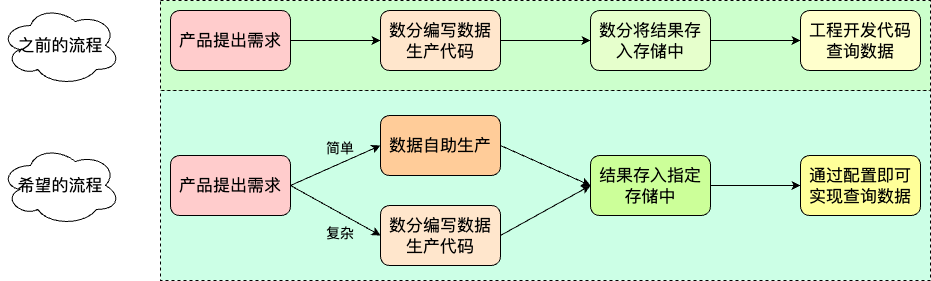
liujunao/draw-data keeps this draw.io diagram as work-draw-file/标签数据模块架构.png. Above is the earlier version. Source tidied: cells renumbered, new cells last; positions are measured from the earlier drawing's top-left corner, leaving out a move shared by most shapes.
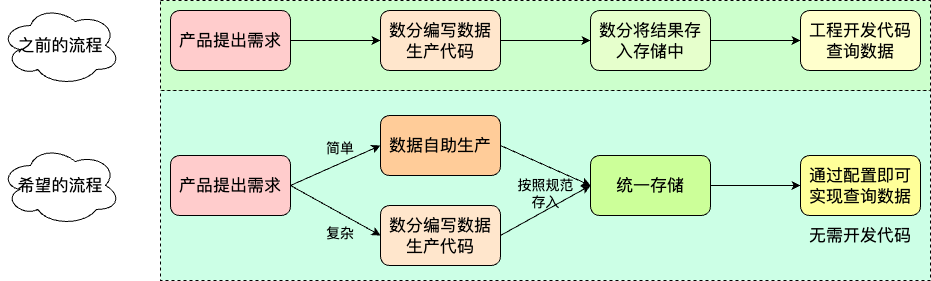
After the change.

Commit message:
更新标签数据模块架构.png

Diff of the diagram source:
```diff
@@ -53,7 +53,7 @@
     <mxCell id="18" style="edgeStyle=orthogonalEdgeStyle;rounded=0;jettySize=auto;html=1;exitX=1;exitY=0.5;exitDx=0;exitDy=0;" parent="1" edge="1" source="19" target="20">
       <mxGeometry relative="1" as="geometry" />
     </mxCell>
-    <mxCell id="19" value="&lt;font size=&quot;3&quot;&gt;结果存入指定存储中&lt;/font&gt;" style="rounded=1;whiteSpace=wrap;html=1;fillColor=#CCFF99;" parent="1" vertex="1">
+    <mxCell id="19" value="&lt;font size=&quot;3&quot;&gt;统一存储&lt;/font&gt;" style="rounded=1;whiteSpace=wrap;html=1;fillColor=#CCFF99;" parent="1" vertex="1">
       <mxGeometry x="590" y="155" width="120" height="60" as="geometry" />
     </mxCell>
     <mxCell id="20" value="&lt;font size=&quot;3&quot;&gt;通过配置即可实现查询数据&lt;/font&gt;" style="rounded=1;whiteSpace=wrap;html=1;fillColor=#FFFF99;" parent="1" vertex="1">
@@ -71,5 +71,11 @@
     <mxCell id="24" value="&lt;font style=&quot;font-size: 14px;&quot;&gt;复杂&lt;/font&gt;" style="text;html=1;strokeColor=none;fillColor=none;align=center;verticalAlign=middle;whiteSpace=wrap;rounded=0;" parent="1" vertex="1">
       <mxGeometry x="320" y="225" width="40" height="15" as="geometry" />
     </mxCell>
+    <mxCell id="25" value="&lt;span style=&quot;font-size: 14px;&quot;&gt;按照规范存入&lt;/span&gt;" style="text;html=1;strokeColor=none;fillColor=none;align=center;verticalAlign=middle;whiteSpace=wrap;rounded=0;" parent="1" vertex="1">
+      <mxGeometry x="512.5" y="175" width="65" height="35" as="geometry" />
+    </mxCell>
+    <mxCell id="26" value="&lt;font style=&quot;font-size: 17px;&quot;&gt;无需开发代码&lt;/font&gt;" style="text;html=1;strokeColor=none;fillColor=none;align=center;verticalAlign=middle;whiteSpace=wrap;rounded=0;" parent="1" vertex="1">
+      <mxGeometry x="805" y="220" width="110" height="30" as="geometry" />
+    </mxCell>
   </root>
 </mxGraphModel>
```
